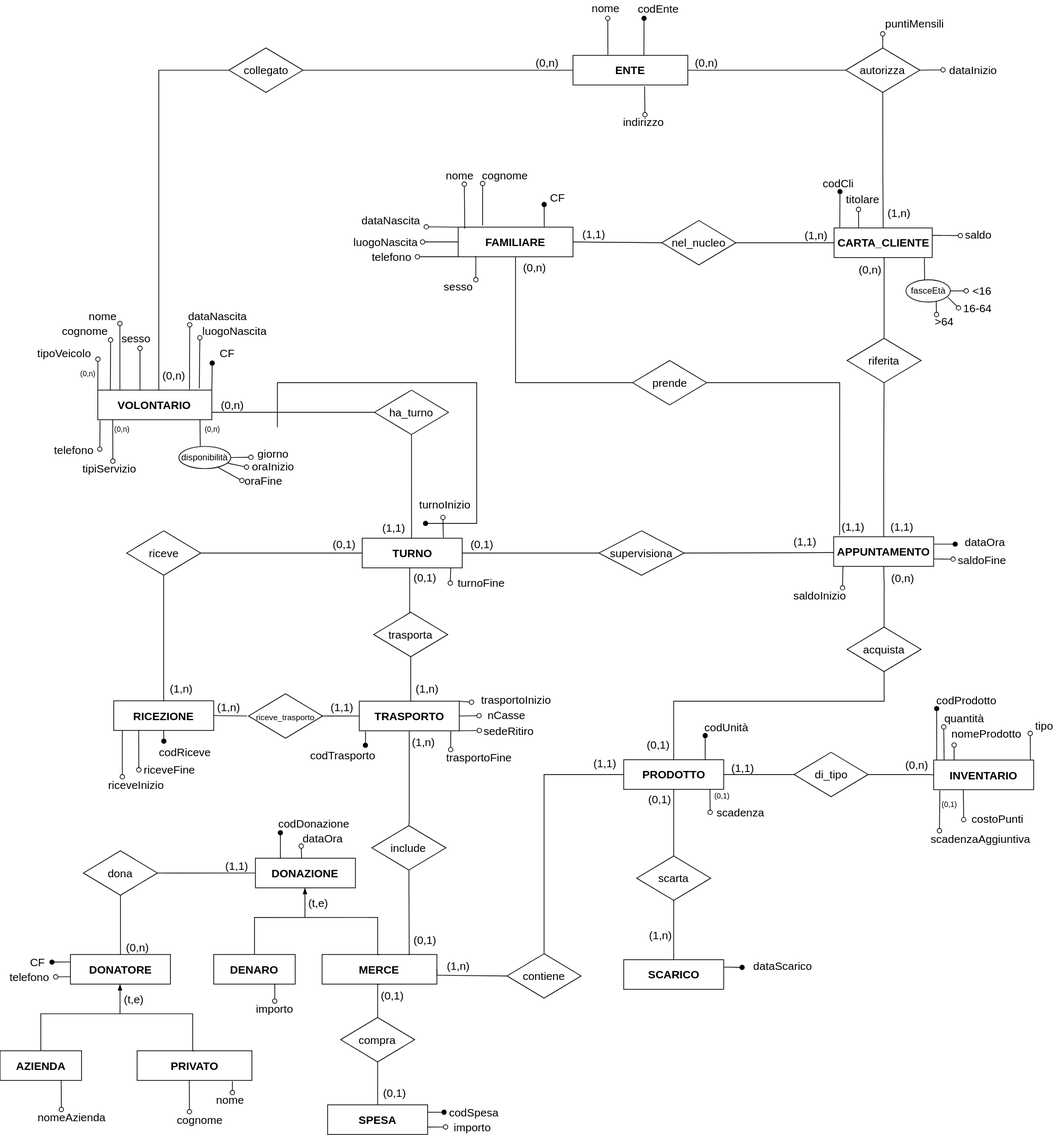
Above: PARTE I/.socialMarket.svg in Ludof63/BDD-project (draw.io), before the change. Source tidied: cells renumbered, new cells last; positions are measured from the earlier drawing's top-left corner, leaving out a move shared by most shapes.
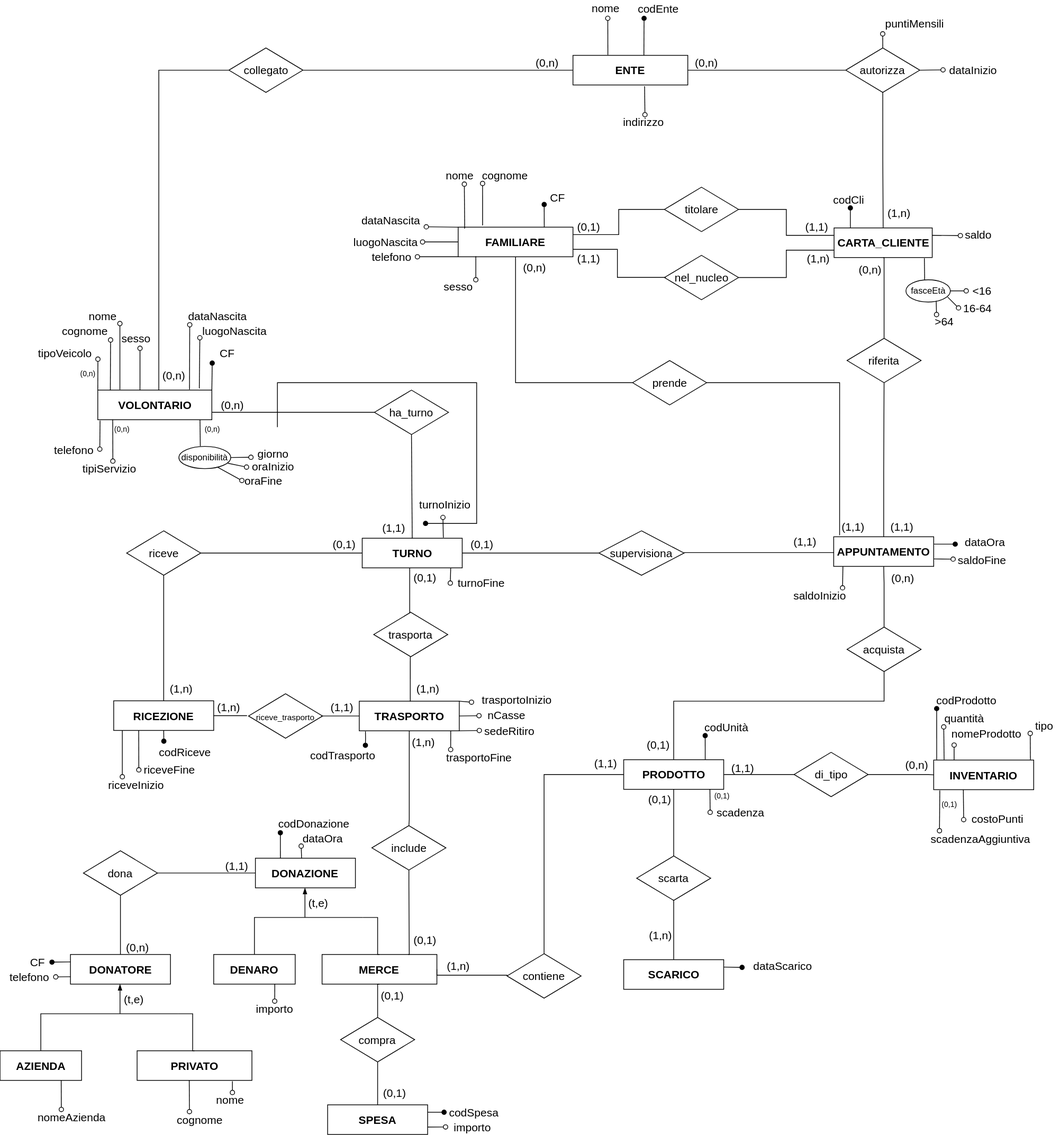
Later version of the same file.

Commit message:
modifica schemi ER per titolare

The edit, as a diff of the source:
```diff
@@ -12,7 +12,7 @@
       <mxGeometry x="131.5" y="526" width="154" height="40" as="geometry" />
     </mxCell>
     <mxCell id="5" value="nel_nucleo" style="rhombus;whiteSpace=wrap;html=1;fontSize=15;" parent="1" vertex="1">
-      <mxGeometry x="893" y="297" width="100" height="60" as="geometry" />
+      <mxGeometry x="896.5" y="344" width="100" height="60" as="geometry" />
     </mxCell>
     <mxCell id="6" value="&lt;b&gt;&lt;font style=&quot;font-size: 15px&quot;&gt;DONAZIONE&lt;br&gt;&lt;/font&gt;&lt;/b&gt;" style="rounded=0;whiteSpace=wrap;html=1;" parent="1" vertex="1">
       <mxGeometry x="344.3" y="1158" width="135" height="40" as="geometry" />
@@ -37,13 +37,15 @@
     <mxCell id="11" value="trasporta" style="rhombus;whiteSpace=wrap;html=1;fontSize=15;" parent="1" vertex="1">
       <mxGeometry x="504" y="826" width="100" height="60" as="geometry" />
     </mxCell>
-    <mxCell id="12" style="endArrow=none;html=1;rounded=0;fontSize=15;exitX=1;exitY=0.5;exitDx=0;exitDy=0;edgeStyle=orthogonalEdgeStyle;entryX=0;entryY=0.5;entryDx=0;entryDy=0;" parent="1" edge="1" source="5" target="3">
+    <mxCell id="12" style="endArrow=none;html=1;rounded=0;fontSize=15;exitX=1;exitY=0.5;exitDx=0;exitDy=0;edgeStyle=orthogonalEdgeStyle;entryX=0;entryY=0.75;entryDx=0;entryDy=0;" parent="1" edge="1" source="5" target="3">
       <mxGeometry relative="1" as="geometry" />
     </mxCell>
-    <mxCell id="13" style="endArrow=none;html=1;rounded=0;fontSize=15;exitX=1;exitY=0.5;exitDx=0;exitDy=0;edgeStyle=orthogonalEdgeStyle;entryX=0;entryY=0.5;entryDx=0;entryDy=0;" parent="1" edge="1" source="19" target="5">
+    <mxCell id="13" style="endArrow=none;html=1;rounded=0;fontSize=15;edgeStyle=orthogonalEdgeStyle;exitX=1;exitY=0.75;exitDx=0;exitDy=0;entryX=0.016;entryY=0.497;entryDx=0;entryDy=0;entryPerimeter=0;" parent="1" edge="1" source="19" target="5">
       <mxGeometry relative="1" as="geometry">
         <Array as="points">
-          <mxPoint x="773" y="327" />
+          <mxPoint x="833" y="336" />
+          <mxPoint x="833" y="374" />
+          <mxPoint x="898" y="374" />
         </Array>
       </mxGeometry>
     </mxCell>
@@ -98,10 +100,10 @@
       <mxGeometry x="1061" y="720" width="50" height="20" as="geometry" />
     </mxCell>
     <mxCell id="26" value="(1,n)" style="text;html=1;align=center;verticalAlign=middle;strokeColor=none;fillColor=none;fontSize=15;" parent="1" vertex="1">
-      <mxGeometry x="1075.5" y="307" width="50" height="20" as="geometry" />
+      <mxGeometry x="1079" y="338" width="50" height="20" as="geometry" />
     </mxCell>
     <mxCell id="27" value="(1,1)" style="text;html=1;align=center;verticalAlign=middle;strokeColor=none;fillColor=none;fontSize=15;" parent="1" vertex="1">
-      <mxGeometry x="776" y="305" width="50" height="20" as="geometry" />
+      <mxGeometry x="769" y="338" width="50" height="20" as="geometry" />
     </mxCell>
     <mxCell id="28" value="&lt;span style=&quot;font-size: 15px&quot;&gt;&lt;b&gt;AZIENDA&lt;/b&gt;&lt;/span&gt;" style="rounded=0;whiteSpace=wrap;html=1;" parent="1" vertex="1">
       <mxGeometry x="-0.4" y="1418" width="110" height="40" as="geometry" />
@@ -141,18 +143,12 @@
     <mxCell id="35" value="(t,e)" style="text;html=1;align=center;verticalAlign=middle;strokeColor=none;fillColor=none;fontSize=15;" parent="1" vertex="1">
       <mxGeometry x="159.6" y="1338" width="40" height="20" as="geometry" />
     </mxCell>
-    <mxCell id="36" style="edgeStyle=none;rounded=0;jettySize=auto;html=1;fontSize=15;endArrow=oval;endFill=1;exitX=0.058;exitY=-0.017;exitDx=0;exitDy=0;exitPerimeter=0;entryX=0.55;entryY=1.05;entryDx=0;entryDy=0;entryPerimeter=0;" parent="1" edge="1" source="3" target="37">
+    <mxCell id="36" style="edgeStyle=none;rounded=0;jettySize=auto;html=1;fontSize=15;endArrow=oval;endFill=1;exitX=0.166;exitY=0.002;exitDx=0;exitDy=0;entryX=0.55;entryY=1.05;entryDx=0;entryDy=0;entryPerimeter=0;exitPerimeter=0;" parent="1" edge="1" source="3" target="37">
       <mxGeometry relative="1" as="geometry" />
     </mxCell>
     <mxCell id="37" value="codCli" style="text;html=1;align=center;verticalAlign=middle;points=[];strokeColor=none;fillColor=none;fontSize=15;" parent="1" vertex="1">
-      <mxGeometry x="1100.5" y="237" width="60" height="20" as="geometry" />
+      <mxGeometry x="1114.5" y="259" width="60" height="20" as="geometry" />
     </mxCell>
-    <mxCell id="38" value="titolare" style="text;html=1;align=center;verticalAlign=middle;points=[];strokeColor=none;fillColor=none;fontSize=15;" parent="1" vertex="1">
-      <mxGeometry x="1128.5" y="253" width="70" height="30" as="geometry" />
-    </mxCell>
-    <mxCell id="39" style="edgeStyle=none;rounded=0;jettySize=auto;html=1;fontSize=15;endArrow=oval;endFill=0;exitX=0.25;exitY=0;exitDx=0;exitDy=0;entryX=0.429;entryY=0.967;entryDx=0;entryDy=0;entryPerimeter=0;" parent="1" edge="1" source="3" target="38">
-      <mxGeometry relative="1" as="geometry" />
-    </mxCell>
     <mxCell id="40" value="&lt;b&gt;&lt;font style=&quot;font-size: 15px&quot;&gt;ENTE&lt;br&gt;&lt;/font&gt;&lt;/b&gt;" style="rounded=0;whiteSpace=wrap;html=1;" parent="1" vertex="1">
       <mxGeometry x="773" y="74" width="155" height="40" as="geometry" />
     </mxCell>
@@ -900,5 +896,20 @@
     <mxCell id="246" style="edgeStyle=none;rounded=0;jettySize=auto;html=1;fontSize=15;endArrow=oval;endFill=0;exitX=0.204;exitY=0.012;exitDx=0;exitDy=0;exitPerimeter=0;entryX=0.138;entryY=1.024;entryDx=0;entryDy=0;entryPerimeter=0;" parent="1" edge="1" source="195" target="245">
       <mxGeometry relative="1" as="geometry" />
     </mxCell>
+    <mxCell id="38" value="titolare" style="rhombus;whiteSpace=wrap;html=1;fontSize=15;" parent="1" vertex="1">
+      <mxGeometry x="896.5" y="252" width="100" height="60" as="geometry" />
+    </mxCell>
+    <mxCell id="247" style="endArrow=none;html=1;rounded=0;fontSize=15;exitX=1;exitY=0.5;exitDx=0;exitDy=0;edgeStyle=orthogonalEdgeStyle;entryX=0;entryY=0.25;entryDx=0;entryDy=0;" parent="1" edge="1" source="38" target="3">
+      <mxGeometry relative="1" as="geometry" />
+    </mxCell>
+    <mxCell id="248" style="endArrow=none;html=1;rounded=0;fontSize=15;exitX=1;exitY=0.25;exitDx=0;exitDy=0;edgeStyle=orthogonalEdgeStyle;entryX=0;entryY=0.5;entryDx=0;entryDy=0;" parent="1" edge="1" source="19" target="38">
+      <mxGeometry relative="1" as="geometry" />
+    </mxCell>
+    <mxCell id="249" value="(0,1)" style="text;html=1;align=center;verticalAlign=middle;strokeColor=none;fillColor=none;fontSize=15;" parent="1" vertex="1">
+      <mxGeometry x="769" y="290" width="50" height="30" as="geometry" />
+    </mxCell>
+    <mxCell id="250" value="(1,1)" style="text;html=1;align=center;verticalAlign=middle;strokeColor=none;fillColor=none;fontSize=15;" parent="1" vertex="1">
+      <mxGeometry x="1077" y="295" width="50" height="20" as="geometry" />
+    </mxCell>
   </root>
 </mxGraphModel>
```
